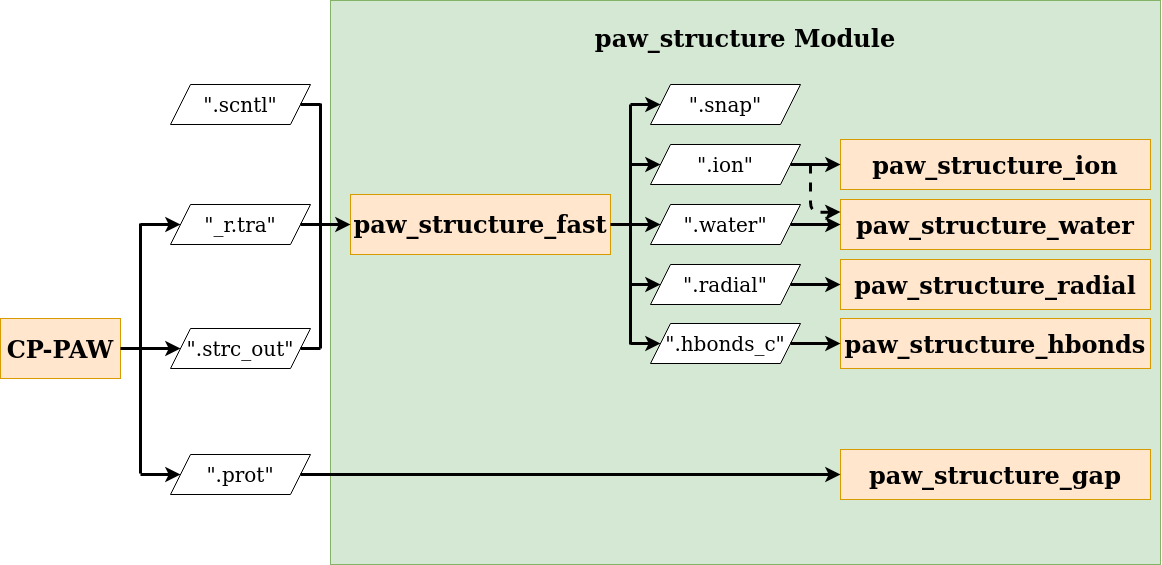
Above: docs/Images/paw_structure.png in lksrmp/paw_structure (draw.io), before the change. Source tidied: cells renumbered, new cells last; positions are measured from the earlier drawing's top-left corner, leaving out a move shared by most shapes.
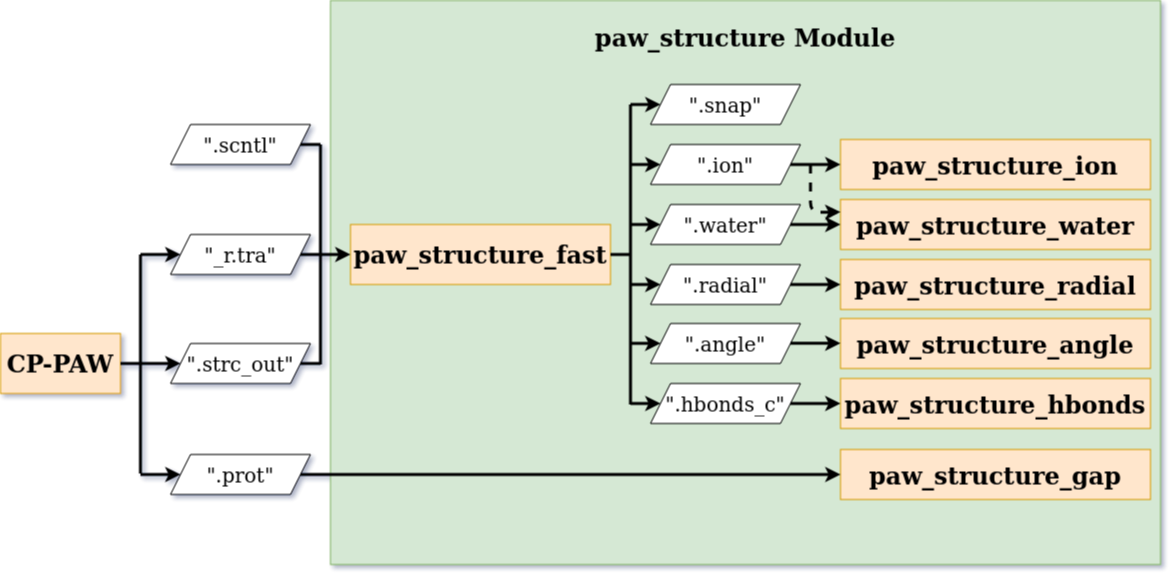
Above is the later version.

Change to the diagram source:
```diff
@@ -6,61 +6,61 @@
       <mxGeometry x="330" width="830" height="564" as="geometry" />
     </mxCell>
     <mxCell id="3" value="&lt;span style=&quot;background-color: rgb(255 , 230 , 204)&quot;&gt;&lt;b&gt;&lt;font style=&quot;font-size: 24px&quot;&gt;&lt;font style=&quot;font-size: 24px&quot; face=&quot;Verdana&quot;&gt;CP-PAW&lt;/font&gt;&lt;/font&gt;&lt;/b&gt;&lt;/span&gt;" style="rounded=0;whiteSpace=wrap;html=1;strokeColor=#d79b00;fillColor=#FFE6CC;" parent="1" vertex="1">
-      <mxGeometry y="318" width="120" height="60" as="geometry" />
+      <mxGeometry y="333" width="120" height="60" as="geometry" />
     </mxCell>
     <mxCell id="4" value="&lt;div style=&quot;font-size: 20px;&quot; align=&quot;center&quot;&gt;&lt;font style=&quot;font-size: 20px;&quot; face=&quot;Verdana&quot;&gt;&quot;_r.tra&lt;/font&gt;&lt;font style=&quot;font-size: 20px;&quot; face=&quot;Verdana&quot;&gt;&quot;&lt;/font&gt;&lt;/div&gt;" style="shape=parallelogram;perimeter=parallelogramPerimeter;whiteSpace=wrap;html=1;fixedSize=1;align=center;fontSize=20;" parent="1" vertex="1">
-      <mxGeometry x="170" y="204" width="140" height="40" as="geometry" />
+      <mxGeometry x="170" y="234" width="140" height="40" as="geometry" />
     </mxCell>
     <mxCell id="5" value="&lt;div style=&quot;font-size: 20px;&quot; align=&quot;center&quot;&gt;&lt;font style=&quot;font-size: 20px;&quot; face=&quot;Verdana&quot;&gt;&quot;.strc_out&lt;/font&gt;&lt;font style=&quot;font-size: 20px;&quot; face=&quot;Verdana&quot;&gt;&quot;&lt;/font&gt;&lt;/div&gt;" style="shape=parallelogram;perimeter=parallelogramPerimeter;whiteSpace=wrap;html=1;fixedSize=1;align=center;fontSize=20;" parent="1" vertex="1">
-      <mxGeometry x="170" y="328" width="140" height="40" as="geometry" />
+      <mxGeometry x="170" y="343" width="140" height="40" as="geometry" />
     </mxCell>
     <mxCell id="6" value="&lt;font style=&quot;font-size: 20px;&quot; face=&quot;Verdana&quot;&gt;&quot;.prot&quot;&lt;/font&gt;" style="shape=parallelogram;perimeter=parallelogramPerimeter;whiteSpace=wrap;html=1;fixedSize=1;align=center;fontSize=20;" parent="1" vertex="1">
       <mxGeometry x="170" y="454" width="140" height="40" as="geometry" />
     </mxCell>
-    <mxCell id="7" style="endArrow=none;html=1;strokeWidth=3;" parent="1" edge="1">
-      <mxGeometry relative="1" as="geometry">
-        <mxPoint x="140" y="473" as="sourcePoint" />
-        <mxPoint x="140" y="223" as="targetPoint" />
-      </mxGeometry>
-    </mxCell>
+    <mxCell id="39" style="endArrow=none;html=1;strokeWidth=3;" parent="1" edge="1">
+      <mxGeometry relative="1" as="geometry">
+        <mxPoint x="140" y="473" as="sourcePoint" />
+        <mxPoint x="140" y="254" as="targetPoint" />
+      </mxGeometry>
+    </mxCell>
     <mxCell id="8" value="&lt;div style=&quot;font-size: 20px;&quot; align=&quot;center&quot;&gt;&lt;font style=&quot;font-size: 20px;&quot; face=&quot;Verdana&quot;&gt;&quot;.scntl&lt;/font&gt;&lt;font style=&quot;font-size: 20px;&quot; face=&quot;Verdana&quot;&gt;&quot;&lt;/font&gt;&lt;/div&gt;" style="shape=parallelogram;perimeter=parallelogramPerimeter;whiteSpace=wrap;html=1;fixedSize=1;align=center;fontSize=20;" parent="1" vertex="1">
-      <mxGeometry x="170" y="84" width="140" height="40" as="geometry" />
+      <mxGeometry x="170" y="124" width="140" height="40" as="geometry" />
     </mxCell>
-    <mxCell id="9" style="endArrow=classic;html=1;entryX=0;entryY=0.5;entryDx=0;entryDy=0;strokeWidth=3;" parent="1" edge="1" target="4">
-      <mxGeometry relative="1" as="geometry">
-        <mxPoint x="140" y="224" as="sourcePoint" />
-      </mxGeometry>
-    </mxCell>
+    <mxCell id="40" style="endArrow=classic;html=1;entryX=0;entryY=0.5;entryDx=0;entryDy=0;strokeWidth=3;" parent="1" edge="1" target="4">
+      <mxGeometry relative="1" as="geometry">
+        <mxPoint x="140" y="254" as="sourcePoint" />
+      </mxGeometry>
+    </mxCell>
     <mxCell id="10" style="endArrow=classic;html=1;entryX=0;entryY=0.5;entryDx=0;entryDy=0;strokeWidth=3;exitX=1;exitY=0.5;exitDx=0;exitDy=0;" parent="1" edge="1" source="3" target="5">
       <mxGeometry relative="1" as="geometry" />
     </mxCell>
-    <mxCell id="11" style="endArrow=classic;html=1;entryX=0;entryY=0.5;entryDx=0;entryDy=0;strokeWidth=3;" parent="1" edge="1" target="6">
-      <mxGeometry relative="1" as="geometry">
-        <mxPoint x="140" y="474" as="sourcePoint" />
-      </mxGeometry>
-    </mxCell>
+    <mxCell id="41" style="endArrow=classic;html=1;entryX=0;entryY=0.5;entryDx=0;entryDy=0;strokeWidth=3;" parent="1" edge="1" target="6">
+      <mxGeometry relative="1" as="geometry">
+        <mxPoint x="140" y="474" as="sourcePoint" />
+      </mxGeometry>
+    </mxCell>
     <mxCell id="12" value="&lt;font style=&quot;font-size: 24px&quot; face=&quot;Verdana&quot;&gt;&lt;b&gt;&lt;font style=&quot;font-size: 24px&quot;&gt;paw_structure_fast&lt;/font&gt;&lt;/b&gt;&lt;/font&gt;" style="rounded=0;whiteSpace=wrap;html=1;fillColor=#ffe6cc;strokeColor=#d79b00;" parent="1" vertex="1">
-      <mxGeometry x="350" y="194" width="260" height="60" as="geometry" />
+      <mxGeometry x="350" y="224" width="260" height="60" as="geometry" />
     </mxCell>
     <mxCell id="13" style="endArrow=classic;html=1;entryX=0;entryY=0.5;entryDx=0;entryDy=0;strokeWidth=3;exitX=1;exitY=0.5;exitDx=0;exitDy=0;" parent="1" edge="1" source="4" target="12">
       <mxGeometry relative="1" as="geometry" />
     </mxCell>
-    <mxCell id="14" style="endArrow=none;html=1;spacing=0;spacingBottom=-1;strokeWidth=3;" parent="1" edge="1">
-      <mxGeometry relative="1" as="geometry">
-        <mxPoint x="320" y="348" as="sourcePoint" />
-        <mxPoint x="320" y="103" as="targetPoint" />
-      </mxGeometry>
-    </mxCell>
-    <mxCell id="15" style="endArrow=none;html=1;exitX=1;exitY=0.5;exitDx=0;exitDy=0;strokeWidth=3;" parent="1" edge="1" source="8">
-      <mxGeometry relative="1" as="geometry">
-        <mxPoint x="320" y="104" as="targetPoint" />
-      </mxGeometry>
-    </mxCell>
-    <mxCell id="16" style="endArrow=none;html=1;exitX=1;exitY=0.5;exitDx=0;exitDy=0;strokeWidth=3;" parent="1" edge="1" source="5">
-      <mxGeometry relative="1" as="geometry">
-        <mxPoint x="320" y="348" as="targetPoint" />
-      </mxGeometry>
-    </mxCell>
+    <mxCell id="42" style="endArrow=none;html=1;spacing=0;spacingBottom=-1;strokeWidth=3;" parent="1" edge="1">
+      <mxGeometry relative="1" as="geometry">
+        <mxPoint x="320" y="364" as="sourcePoint" />
+        <mxPoint x="320" y="144" as="targetPoint" />
+      </mxGeometry>
+    </mxCell>
+    <mxCell id="43" style="endArrow=none;html=1;exitX=1;exitY=0.5;exitDx=0;exitDy=0;strokeWidth=3;" parent="1" edge="1" source="8">
+      <mxGeometry relative="1" as="geometry">
+        <mxPoint x="320" y="144" as="targetPoint" />
+      </mxGeometry>
+    </mxCell>
+    <mxCell id="44" style="endArrow=none;html=1;exitX=1;exitY=0.5;exitDx=0;exitDy=0;strokeWidth=3;" parent="1" edge="1" source="5">
+      <mxGeometry relative="1" as="geometry">
+        <mxPoint x="320" y="363" as="targetPoint" />
+      </mxGeometry>
+    </mxCell>
     <mxCell id="17" value="&lt;div style=&quot;font-size: 20px;&quot; align=&quot;center&quot;&gt;&lt;font style=&quot;font-size: 20px;&quot; face=&quot;Verdana&quot;&gt;&quot;.snap&lt;/font&gt;&lt;font style=&quot;font-size: 20px;&quot; face=&quot;Verdana&quot;&gt;&quot;&lt;/font&gt;&lt;/div&gt;" style="shape=parallelogram;perimeter=parallelogramPerimeter;whiteSpace=wrap;html=1;fixedSize=1;align=center;fontSize=20;" parent="1" vertex="1">
       <mxGeometry x="650" y="84" width="150" height="40" as="geometry" />
     </mxCell>
@@ -74,41 +74,43 @@
       <mxGeometry x="650" y="264" width="150" height="40" as="geometry" />
     </mxCell>
     <mxCell id="21" value="&lt;div style=&quot;font-size: 20px;&quot; align=&quot;center&quot;&gt;&lt;font style=&quot;font-size: 20px;&quot; face=&quot;Verdana&quot;&gt;&quot;.hbonds_c&lt;/font&gt;&lt;font style=&quot;font-size: 20px;&quot; face=&quot;Verdana&quot;&gt;&quot;&lt;/font&gt;&lt;/div&gt;" style="shape=parallelogram;perimeter=parallelogramPerimeter;whiteSpace=wrap;html=1;fixedSize=1;align=center;fontSize=20;" parent="1" vertex="1">
-      <mxGeometry x="650" y="323" width="150" height="40" as="geometry" />
+      <mxGeometry x="650" y="383" width="150" height="40" as="geometry" />
     </mxCell>
-    <mxCell id="22" style="endArrow=none;html=1;strokeWidth=3;" parent="1" edge="1">
-      <mxGeometry relative="1" as="geometry">
-        <mxPoint x="630" y="344" as="sourcePoint" />
-        <mxPoint x="630" y="104" as="targetPoint" />
-      </mxGeometry>
-    </mxCell>
-    <mxCell id="23" style="endArrow=classic;html=1;entryX=0;entryY=0.5;entryDx=0;entryDy=0;strokeWidth=3;" parent="1" edge="1" target="21">
-      <mxGeometry relative="1" as="geometry">
-        <mxPoint x="630" y="343" as="sourcePoint" />
-      </mxGeometry>
-    </mxCell>
-    <mxCell id="24" style="endArrow=classic;html=1;entryX=0;entryY=0.5;entryDx=0;entryDy=0;strokeWidth=3;" parent="1" edge="1" target="20">
-      <mxGeometry relative="1" as="geometry">
-        <mxPoint x="630" y="284" as="sourcePoint" />
-      </mxGeometry>
-    </mxCell>
-    <mxCell id="25" style="endArrow=classic;html=1;entryX=0;entryY=0.5;entryDx=0;entryDy=0;strokeWidth=3;exitX=1;exitY=0.5;exitDx=0;exitDy=0;" parent="1" edge="1" source="12" target="19">
-      <mxGeometry relative="1" as="geometry" />
-    </mxCell>
-    <mxCell id="26" style="endArrow=classic;html=1;entryX=0;entryY=0.5;entryDx=0;entryDy=0;strokeWidth=3;" parent="1" edge="1" target="18">
-      <mxGeometry relative="1" as="geometry">
-        <mxPoint x="630" y="164" as="sourcePoint" />
-        <Array as="points">
-          <mxPoint x="630" y="164" />
-        </Array>
-      </mxGeometry>
-    </mxCell>
-    <mxCell id="27" style="endArrow=classic;html=1;entryX=0;entryY=0.5;entryDx=0;entryDy=0;strokeWidth=3;" parent="1" edge="1" target="17">
-      <mxGeometry relative="1" as="geometry">
-        <mxPoint x="630" y="104" as="sourcePoint" />
-      </mxGeometry>
-    </mxCell>
+    <mxCell id="45" style="endArrow=none;html=1;strokeWidth=3;" parent="1" edge="1">
+      <mxGeometry relative="1" as="geometry">
+        <mxPoint x="630" y="404" as="sourcePoint" />
+        <mxPoint x="630" y="104" as="targetPoint" />
+      </mxGeometry>
+    </mxCell>
+    <mxCell id="46" style="endArrow=classic;html=1;entryX=0;entryY=0.5;entryDx=0;entryDy=0;strokeWidth=3;" parent="1" edge="1" target="21">
+      <mxGeometry relative="1" as="geometry">
+        <mxPoint x="630" y="403" as="sourcePoint" />
+      </mxGeometry>
+    </mxCell>
+    <mxCell id="47" style="endArrow=classic;html=1;entryX=0;entryY=0.5;entryDx=0;entryDy=0;strokeWidth=3;" parent="1" edge="1" target="20">
+      <mxGeometry relative="1" as="geometry">
+        <mxPoint x="630" y="284" as="sourcePoint" />
+      </mxGeometry>
+    </mxCell>
+    <mxCell id="48" style="endArrow=classic;html=1;entryX=0;entryY=0.5;entryDx=0;entryDy=0;strokeWidth=3;" parent="1" edge="1" target="19">
+      <mxGeometry relative="1" as="geometry">
+        <mxPoint x="630" y="224" as="sourcePoint" />
+      </mxGeometry>
+    </mxCell>
+    <mxCell id="49" style="endArrow=classic;html=1;entryX=0;entryY=0.5;entryDx=0;entryDy=0;strokeWidth=3;" parent="1" edge="1" target="18">
+      <mxGeometry relative="1" as="geometry">
+        <mxPoint x="630" y="164" as="sourcePoint" />
+        <Array as="points">
+          <mxPoint x="630" y="164" />
+        </Array>
+      </mxGeometry>
+    </mxCell>
+    <mxCell id="50" style="endArrow=classic;html=1;entryX=0;entryY=0.5;entryDx=0;entryDy=0;strokeWidth=3;" parent="1" edge="1" target="17">
+      <mxGeometry relative="1" as="geometry">
+        <mxPoint x="630" y="104" as="sourcePoint" />
+      </mxGeometry>
+    </mxCell>
-    <mxCell id="28" value="&lt;font style=&quot;font-size: 24px;&quot; face=&quot;Verdana&quot;&gt;&lt;b style=&quot;font-size: 24px;&quot;&gt;&lt;font style=&quot;font-size: 24px;&quot;&gt;paw_structure_ion&lt;/font&gt;&lt;/b&gt;&lt;/font&gt;" style="rounded=0;whiteSpace=wrap;html=1;fillColor=#ffe6cc;strokeColor=#d79b00;fontSize=24;" parent="1" vertex="1">
+    <mxCell id="28" value="&lt;font style=&quot;font-size: 24px;&quot; face=&quot;Verdana&quot;&gt;&lt;b style=&quot;font-size: 24px;&quot;&gt;&lt;font style=&quot;font-size: 24px;&quot;&gt;paw_structure_ion&lt;/font&gt;&lt;/b&gt;&lt;/font&gt;" style="rounded=0;whiteSpace=wrap;html=1;fillColor=#ffe6cc;strokeColor=#d79b00;fontSize=24;align=center;" parent="1" vertex="1">
       <mxGeometry x="840" y="139" width="310" height="50" as="geometry" />
     </mxCell>
     <mxCell id="29" value="&lt;font style=&quot;font-size: 24px;&quot; face=&quot;Verdana&quot;&gt;&lt;b style=&quot;font-size: 24px;&quot;&gt;&lt;font style=&quot;font-size: 24px;&quot;&gt;paw_structure_water&lt;/font&gt;&lt;/b&gt;&lt;/font&gt;" style="rounded=0;whiteSpace=wrap;html=1;fillColor=#ffe6cc;strokeColor=#d79b00;fontSize=24;" parent="1" vertex="1">
@@ -118,7 +120,7 @@
       <mxGeometry x="840" y="259" width="310" height="50" as="geometry" />
     </mxCell>
     <mxCell id="31" value="&lt;font style=&quot;font-size: 24px;&quot; face=&quot;Verdana&quot;&gt;&lt;b style=&quot;font-size: 24px;&quot;&gt;&lt;font style=&quot;font-size: 24px;&quot;&gt;paw_structure_hbonds&lt;/font&gt;&lt;/b&gt;&lt;/font&gt;" style="rounded=0;whiteSpace=wrap;html=1;fillColor=#ffe6cc;strokeColor=#d79b00;fontSize=24;" parent="1" vertex="1">
-      <mxGeometry x="840" y="318" width="310" height="50" as="geometry" />
+      <mxGeometry x="840" y="378" width="310" height="50" as="geometry" />
     </mxCell>
     <mxCell id="32" value="&lt;div&gt;&lt;font style=&quot;font-size: 24px&quot; face=&quot;Verdana&quot;&gt;&lt;b style=&quot;font-size: 24px&quot;&gt;&lt;font style=&quot;font-size: 24px&quot;&gt;paw_structure_gap&lt;/font&gt;&lt;/b&gt;&lt;/font&gt;&lt;/div&gt;" style="rounded=0;whiteSpace=wrap;html=1;fillColor=#ffe6cc;strokeColor=#d79b00;fontSize=24;" parent="1" vertex="1">
       <mxGeometry x="840" y="449" width="310" height="50" as="geometry" />
@@ -126,27 +128,50 @@
     <mxCell id="33" style="endArrow=classic;html=1;entryX=0;entryY=0.5;entryDx=0;entryDy=0;exitX=1;exitY=0.5;exitDx=0;exitDy=0;strokeWidth=3;" parent="1" edge="1" source="18" target="28">
       <mxGeometry relative="1" as="geometry" />
     </mxCell>
-    <mxCell id="34" style="endArrow=classic;html=1;entryX=0;entryY=0.25;entryDx=0;entryDy=0;dashed=1;strokeWidth=3;" parent="1" edge="1" target="29">
-      <mxGeometry relative="1" as="geometry">
-        <mxPoint x="810" y="164" as="sourcePoint" />
-        <Array as="points">
-          <mxPoint x="810" y="212" />
-        </Array>
-      </mxGeometry>
-    </mxCell>
+    <mxCell id="51" style="endArrow=classic;html=1;entryX=0;entryY=0.25;entryDx=0;entryDy=0;dashed=1;strokeWidth=3;" parent="1" edge="1" target="29">
+      <mxGeometry relative="1" as="geometry">
+        <mxPoint x="810" y="164" as="sourcePoint" />
+        <Array as="points">
+          <mxPoint x="810" y="212" />
+        </Array>
+      </mxGeometry>
+    </mxCell>
     <mxCell id="35" style="endArrow=classic;html=1;exitX=1;exitY=0.5;exitDx=0;exitDy=0;strokeWidth=3;entryX=0;entryY=0.5;entryDx=0;entryDy=0;" parent="1" edge="1" source="19" target="29">
       <mxGeometry relative="1" as="geometry" />
     </mxCell>
-    <mxCell id="36" style="endArrow=classic;html=1;strokeWidth=3;entryX=0;entryY=0.5;entryDx=0;entryDy=0;" parent="1" edge="1" target="30">
-      <mxGeometry relative="1" as="geometry">
-        <mxPoint x="790" y="284" as="sourcePoint" />
-      </mxGeometry>
-    </mxCell>
+    <mxCell id="52" style="endArrow=classic;html=1;strokeWidth=3;entryX=0;entryY=0.5;entryDx=0;entryDy=0;" parent="1" edge="1" target="30">
+      <mxGeometry relative="1" as="geometry">
+        <mxPoint x="790" y="284" as="sourcePoint" />
+      </mxGeometry>
+    </mxCell>
     <mxCell id="37" style="endArrow=classic;html=1;exitX=1;exitY=0.5;exitDx=0;exitDy=0;entryX=0;entryY=0.5;entryDx=0;entryDy=0;strokeWidth=3;" parent="1" edge="1" source="21" target="31">
       <mxGeometry relative="1" as="geometry" />
     </mxCell>
     <mxCell id="38" style="endArrow=classic;html=1;exitX=1;exitY=0.5;exitDx=0;exitDy=0;strokeWidth=3;" parent="1" edge="1" source="6" target="32">
       <mxGeometry relative="1" as="geometry" />
     </mxCell>
+    <mxCell id="53" value="&lt;font style=&quot;font-size: 24px&quot; face=&quot;Verdana&quot;&gt;&lt;b style=&quot;font-size: 24px&quot;&gt;&lt;font style=&quot;font-size: 24px&quot;&gt;paw_structure_angle&lt;/font&gt;&lt;/b&gt;&lt;/font&gt;" style="rounded=0;whiteSpace=wrap;html=1;fillColor=#ffe6cc;strokeColor=#d79b00;fontSize=24;" parent="1" vertex="1">
+      <mxGeometry x="840" y="318" width="310" height="50" as="geometry" />
+    </mxCell>
+    <mxCell id="54" value="&lt;div style=&quot;font-size: 20px&quot; align=&quot;center&quot;&gt;&lt;font style=&quot;font-size: 20px&quot; face=&quot;Verdana&quot;&gt;&quot;.angle&lt;/font&gt;&lt;font style=&quot;font-size: 20px&quot; face=&quot;Verdana&quot;&gt;&quot;&lt;/font&gt;&lt;/div&gt;" style="shape=parallelogram;perimeter=parallelogramPerimeter;whiteSpace=wrap;html=1;fixedSize=1;align=center;fontSize=20;" parent="1" vertex="1">
+      <mxGeometry x="650" y="323" width="150" height="40" as="geometry" />
+    </mxCell>
+    <mxCell id="55" style="endArrow=classic;html=1;entryX=0;entryY=0.5;entryDx=0;entryDy=0;strokeWidth=3;" parent="1" edge="1">
+      <mxGeometry relative="1" as="geometry">
+        <mxPoint x="630" y="342.9" as="sourcePoint" />
+        <mxPoint x="660" y="342.9" as="targetPoint" />
+      </mxGeometry>
+    </mxCell>
+    <mxCell id="56" style="endArrow=classic;html=1;strokeWidth=3;entryX=0;entryY=0.5;entryDx=0;entryDy=0;" parent="1" edge="1">
+      <mxGeometry relative="1" as="geometry">
+        <mxPoint x="790" y="342.8" as="sourcePoint" />
+        <mxPoint x="840" y="342.8" as="targetPoint" />
+      </mxGeometry>
+    </mxCell>
+    <mxCell id="57" style="endArrow=none;html=1;strokeWidth=3;entryX=1;entryY=0.5;entryDx=0;entryDy=0;" parent="1" edge="1" target="12">
+      <mxGeometry relative="1" as="geometry">
+        <mxPoint x="630" y="254" as="sourcePoint" />
+      </mxGeometry>
+    </mxCell>
   </root>
 </mxGraphModel>
```
